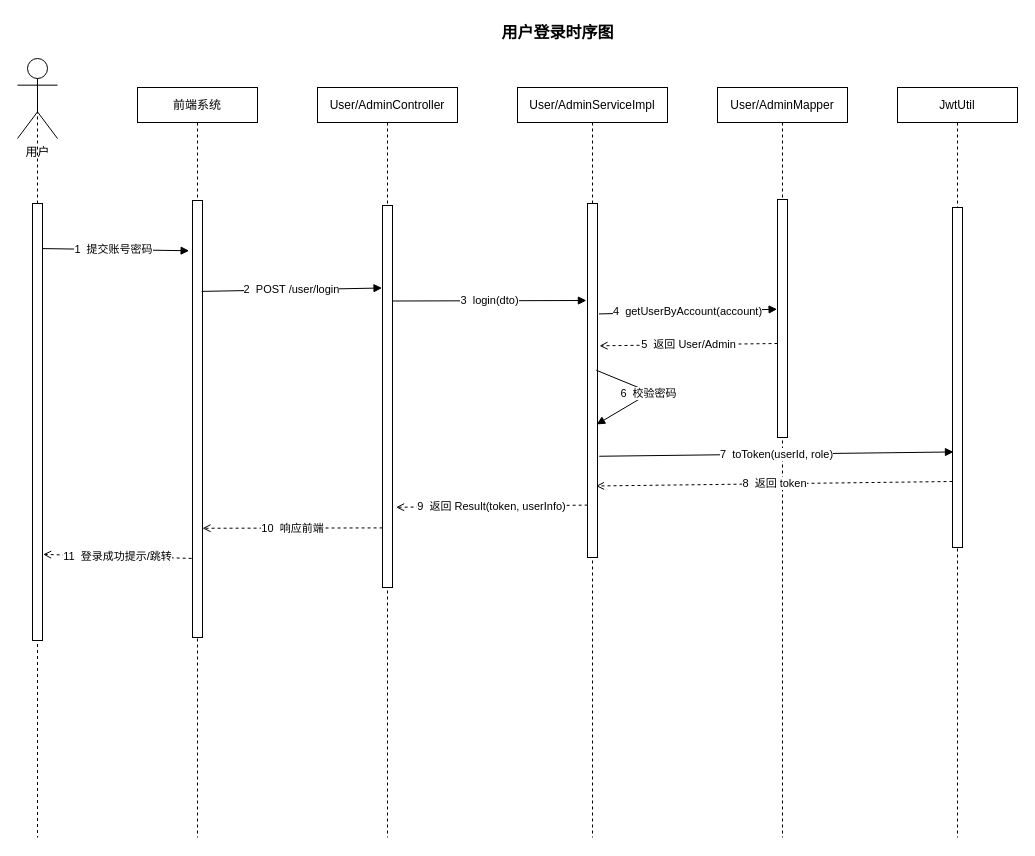
wuan0232/test keeps this draw.io diagram as page "第 15 页" (13 of 14) of 第五章-领养申请抽屉界面状态转换图.drawio. Above is the earlier version. Source tidied: cells renumbered, new cells numbered last; positions are measured from the earlier drawing's top-left corner, leaving out a move shared by most shapes. Both pictures are drawn from the tidied source at 100%, with x=0, y=0 at pixel (17, 17).
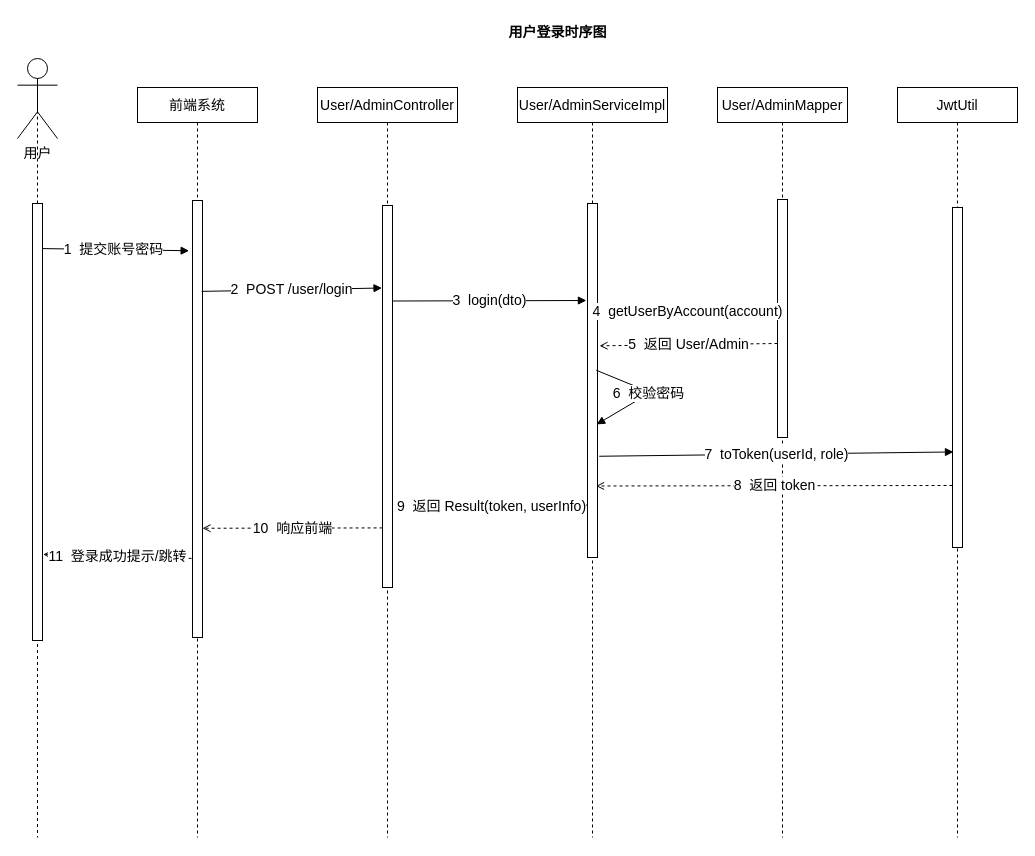
After the change.

Diff of the diagram source:
```diff
@@
-    <mxCell id="2" value="用户登录时序图" style="text;html=1;align=center;verticalAlign=middle;fontSize=16;fontStyle=1;" parent="1" vertex="1">
+    <mxCell id="2" value="用户登录时序图" style="text;html=1;align=center;verticalAlign=middle;fontSize=14;fontStyle=1;" parent="1" vertex="1">
       <mxGeometry x="100" width="880" height="30" as="geometry" />
     </mxCell>
-    <mxCell id="3" value="用户" style="shape=umlActor;verticalLabelPosition=bottom;verticalAlign=top;html=1;outlineConnect=0;" parent="1" vertex="1">
+    <mxCell id="3" value="用户" style="shape=umlActor;verticalLabelPosition=bottom;verticalAlign=top;html=1;outlineConnect=0;fontSize=14;" parent="1" vertex="1">
       <mxGeometry y="41" width="40" height="80" as="geometry" />
     </mxCell>
-    <mxCell id="4" value="前端系统" style="rounded=0;whiteSpace=wrap;html=1;align=center;verticalAlign=middle;strokeWidth=1;fillColor=#FFFFFF;strokeColor=#000000;" parent="1" vertex="1">
+    <mxCell id="4" value="前端系统" style="rounded=0;whiteSpace=wrap;html=1;align=center;verticalAlign=middle;strokeWidth=1;fillColor=#FFFFFF;strokeColor=#000000;fontSize=14;" parent="1" vertex="1">
       <mxGeometry x="120" y="70" width="120" height="35" as="geometry" />
     </mxCell>
-    <mxCell id="5" value="User/AdminController" style="rounded=0;whiteSpace=wrap;html=1;align=center;verticalAlign=middle;strokeWidth=1;fillColor=#FFFFFF;strokeColor=#000000;" parent="1" vertex="1">
+    <mxCell id="5" value="User/AdminController" style="rounded=0;whiteSpace=wrap;html=1;align=center;verticalAlign=middle;strokeWidth=1;fillColor=#FFFFFF;strokeColor=#000000;fontSize=14;" parent="1" vertex="1">
       <mxGeometry x="300" y="70" width="140" height="35" as="geometry" />
     </mxCell>
-    <mxCell id="6" value="User/AdminServiceImpl" style="rounded=0;whiteSpace=wrap;html=1;align=center;verticalAlign=middle;strokeWidth=1;fillColor=#FFFFFF;strokeColor=#000000;" parent="1" vertex="1">
+    <mxCell id="6" value="User/AdminServiceImpl" style="rounded=0;whiteSpace=wrap;html=1;align=center;verticalAlign=middle;strokeWidth=1;fillColor=#FFFFFF;strokeColor=#000000;fontSize=14;" parent="1" vertex="1">
       <mxGeometry x="500" y="70" width="150" height="35" as="geometry" />
     </mxCell>
-    <mxCell id="7" value="User/AdminMapper" style="rounded=0;whiteSpace=wrap;html=1;align=center;verticalAlign=middle;strokeWidth=1;fillColor=#FFFFFF;strokeColor=#000000;" parent="1" vertex="1">
+    <mxCell id="7" value="User/AdminMapper" style="rounded=0;whiteSpace=wrap;html=1;align=center;verticalAlign=middle;strokeWidth=1;fillColor=#FFFFFF;strokeColor=#000000;fontSize=14;" parent="1" vertex="1">
       <mxGeometry x="700" y="70" width="130" height="35" as="geometry" />
     </mxCell>
-    <mxCell id="8" value="JwtUtil" style="rounded=0;whiteSpace=wrap;html=1;align=center;verticalAlign=middle;strokeWidth=1;fillColor=#FFFFFF;strokeColor=#000000;" parent="1" vertex="1">
+    <mxCell id="8" value="JwtUtil" style="rounded=0;whiteSpace=wrap;html=1;align=center;verticalAlign=middle;strokeWidth=1;fillColor=#FFFFFF;strokeColor=#000000;fontSize=14;" parent="1" vertex="1">
       <mxGeometry x="880" y="70" width="120" height="35" as="geometry" />
     </mxCell>
-    <mxCell id="9" style="endArrow=none;dashed=1;html=1;strokeColor=#000000;exitX=0.5;exitY=0.5;exitDx=0;exitDy=0;exitPerimeter=0;" parent="1" edge="1" source="38">
+    <mxCell id="9" style="endArrow=none;dashed=1;html=1;strokeColor=#000000;exitX=0.5;exitY=0.5;exitDx=0;exitDy=0;exitPerimeter=0;fontSize=14;" parent="1" edge="1" source="38">
       <mxGeometry relative="1" as="geometry">
         <mxPoint x="20" y="820" as="targetPoint" />
       </mxGeometry>
     </mxCell>
-    <mxCell id="10" style="endArrow=none;dashed=1;html=1;strokeColor=#000000;" parent="1" edge="1" source="4">
+    <mxCell id="10" style="endArrow=none;dashed=1;html=1;strokeColor=#000000;fontSize=14;" parent="1" edge="1" source="4">
       <mxGeometry relative="1" as="geometry">
         <mxPoint x="180" y="820" as="targetPoint" />
       </mxGeometry>
     </mxCell>
-    <mxCell id="11" style="endArrow=none;dashed=1;html=1;strokeColor=#000000;" parent="1" edge="1" source="5">
+    <mxCell id="11" style="endArrow=none;dashed=1;html=1;strokeColor=#000000;fontSize=14;" parent="1" edge="1" source="5">
       <mxGeometry relative="1" as="geometry">
         <mxPoint x="370" y="820" as="targetPoint" />
       </mxGeometry>
     </mxCell>
-    <mxCell id="12" style="endArrow=none;dashed=1;html=1;strokeColor=#000000;" parent="1" edge="1" source="6">
+    <mxCell id="12" style="endArrow=none;dashed=1;html=1;strokeColor=#000000;fontSize=14;" parent="1" edge="1" source="6">
       <mxGeometry relative="1" as="geometry">
         <mxPoint x="575" y="820" as="targetPoint" />
       </mxGeometry>
     </mxCell>
-    <mxCell id="13" style="endArrow=none;dashed=1;html=1;strokeColor=#000000;" parent="1" edge="1" source="7">
+    <mxCell id="13" style="endArrow=none;dashed=1;html=1;strokeColor=#000000;fontSize=14;" parent="1" edge="1" source="7">
       <mxGeometry relative="1" as="geometry">
         <mxPoint x="765" y="820" as="targetPoint" />
       </mxGeometry>
     </mxCell>
-    <mxCell id="14" style="endArrow=none;dashed=1;html=1;strokeColor=#000000;" parent="1" edge="1" source="8">
+    <mxCell id="14" style="endArrow=none;dashed=1;html=1;strokeColor=#000000;fontSize=14;" parent="1" edge="1" source="8">
       <mxGeometry relative="1" as="geometry">
         <mxPoint x="940" y="820" as="targetPoint" />
       </mxGeometry>
     </mxCell>
-    <mxCell id="15" style="ellipse;html=1;fillColor=none;strokeColor=none;" parent="1" vertex="1">
+    <mxCell id="15" style="ellipse;html=1;fillColor=none;strokeColor=none;fontSize=14;" parent="1" vertex="1">
       <mxGeometry x="18" y="180" width="4" height="4" as="geometry" />
     </mxCell>
-    <mxCell id="16" style="ellipse;html=1;fillColor=none;strokeColor=none;" parent="1" vertex="1">
+    <mxCell id="16" style="ellipse;html=1;fillColor=none;strokeColor=none;fontSize=14;" parent="1" vertex="1">
       <mxGeometry x="178" y="180" width="4" height="4" as="geometry" />
     </mxCell>
-    <mxCell id="17" style="ellipse;html=1;fillColor=none;strokeColor=none;" parent="1" vertex="1">
+    <mxCell id="17" style="ellipse;html=1;fillColor=none;strokeColor=none;fontSize=14;" parent="1" vertex="1">
       <mxGeometry x="368" y="180" width="4" height="4" as="geometry" />
     </mxCell>
-    <mxCell id="18" style="ellipse;html=1;fillColor=none;strokeColor=none;" parent="1" vertex="1">
+    <mxCell id="18" style="ellipse;html=1;fillColor=none;strokeColor=none;fontSize=14;" parent="1" vertex="1">
       <mxGeometry x="573" y="180" width="4" height="4" as="geometry" />
     </mxCell>
-    <mxCell id="19" style="ellipse;html=1;fillColor=none;strokeColor=none;" parent="1" vertex="1">
+    <mxCell id="19" style="ellipse;html=1;fillColor=none;strokeColor=none;fontSize=14;" parent="1" vertex="1">
       <mxGeometry x="763" y="180" width="4" height="4" as="geometry" />
     </mxCell>
-    <mxCell id="20" style="ellipse;html=1;fillColor=none;strokeColor=none;" parent="1" vertex="1">
+    <mxCell id="20" style="ellipse;html=1;fillColor=none;strokeColor=none;fontSize=14;" parent="1" vertex="1">
       <mxGeometry x="938" y="180" width="4" height="4" as="geometry" />
     </mxCell>
-    <mxCell id="21" style="rounded=0;whiteSpace=wrap;html=1;" parent="1" vertex="1">
+    <mxCell id="21" style="rounded=0;whiteSpace=wrap;html=1;fontSize=14;" parent="1" vertex="1">
       <mxGeometry x="175" y="183" width="10" height="437" as="geometry" />
     </mxCell>
-    <mxCell id="22" style="rounded=0;whiteSpace=wrap;html=1;" parent="1" vertex="1">
+    <mxCell id="22" style="rounded=0;whiteSpace=wrap;html=1;fontSize=14;" parent="1" vertex="1">
       <mxGeometry x="365" y="188" width="10" height="382" as="geometry" />
     </mxCell>
-    <mxCell id="23" style="rounded=0;whiteSpace=wrap;html=1;" parent="1" vertex="1">
+    <mxCell id="23" style="rounded=0;whiteSpace=wrap;html=1;fontSize=14;" parent="1" vertex="1">
       <mxGeometry x="570" y="186" width="10" height="354" as="geometry" />
     </mxCell>
-    <mxCell id="24" style="rounded=0;whiteSpace=wrap;html=1;" parent="1" vertex="1">
+    <mxCell id="24" style="rounded=0;whiteSpace=wrap;html=1;fontSize=14;" parent="1" vertex="1">
       <mxGeometry x="760" y="182" width="10" height="238" as="geometry" />
     </mxCell>
-    <mxCell id="25" style="rounded=0;whiteSpace=wrap;html=1;" parent="1" vertex="1">
+    <mxCell id="25" style="rounded=0;whiteSpace=wrap;html=1;fontSize=14;" parent="1" vertex="1">
       <mxGeometry x="935" y="190" width="10" height="340" as="geometry" />
     </mxCell>
-    <mxCell id="26" value="1  提交账号密码" style="endArrow=block;html=1;strokeWidth=1;strokeColor=#000000;entryX=-0.336;entryY=0.115;entryDx=0;entryDy=0;entryPerimeter=0;" parent="1" edge="1" target="21">
+    <mxCell id="26" value="1&amp;nbsp; 提交账号密码" style="endArrow=block;html=1;strokeWidth=1;strokeColor=#000000;entryX=-0.336;entryY=0.115;entryDx=0;entryDy=0;entryPerimeter=0;fontSize=14;" parent="1" edge="1" target="21">
       <mxGeometry relative="1" as="geometry">
         <mxPoint x="20" y="231" as="sourcePoint" />
       </mxGeometry>
     </mxCell>
-    <mxCell id="27" value="2  POST /user/login" style="endArrow=block;html=1;strokeWidth=1;strokeColor=#000000;exitX=0.92;exitY=0.208;exitDx=0;exitDy=0;exitPerimeter=0;entryX=-0.047;entryY=0.216;entryDx=0;entryDy=0;entryPerimeter=0;" parent="1" edge="1" source="21" target="22">
+    <mxCell id="27" value="2&amp;nbsp; POST /user/login" style="endArrow=block;html=1;strokeWidth=1;strokeColor=#000000;exitX=0.92;exitY=0.208;exitDx=0;exitDy=0;exitPerimeter=0;entryX=-0.047;entryY=0.216;entryDx=0;entryDy=0;entryPerimeter=0;fontSize=14;" parent="1" edge="1" source="21" target="22">
       <mxGeometry relative="1" as="geometry" />
     </mxCell>
-    <mxCell id="28" value="3  login(dto)" style="endArrow=block;html=1;strokeWidth=1;strokeColor=#000000;exitX=1;exitY=0.25;exitDx=0;exitDy=0;entryX=-0.11;entryY=0.274;entryDx=0;entryDy=0;entryPerimeter=0;" parent="1" edge="1" source="22" target="23">
+    <mxCell id="28" value="3&amp;nbsp; login(dto)" style="endArrow=block;html=1;strokeWidth=1;strokeColor=#000000;exitX=1;exitY=0.25;exitDx=0;exitDy=0;entryX=-0.11;entryY=0.274;entryDx=0;entryDy=0;entryPerimeter=0;fontSize=14;" parent="1" edge="1" source="22" target="23">
       <mxGeometry relative="1" as="geometry" />
     </mxCell>
-    <mxCell id="29" value="4  getUserByAccount(account)" style="endArrow=block;html=1;strokeWidth=1;strokeColor=#000000;entryX=-0.039;entryY=0.461;entryDx=0;entryDy=0;exitX=1.147;exitY=0.312;exitDx=0;exitDy=0;exitPerimeter=0;entryPerimeter=0;" parent="1" edge="1" source="23" target="24">
+    <mxCell id="29" value="4&amp;nbsp; getUserByAccount(account)" style="endArrow=block;html=1;strokeWidth=1;strokeColor=#000000;entryX=-0.039;entryY=0.461;entryDx=0;entryDy=0;exitX=1.147;exitY=0.312;exitDx=0;exitDy=0;exitPerimeter=0;entryPerimeter=0;fontSize=14;" parent="1" edge="1" source="23" target="24">
       <mxGeometry relative="1" as="geometry" />
     </mxCell>
-    <mxCell id="30" value="5&amp;nbsp; 返回 User/Admin" style="endArrow=open;html=1;strokeWidth=1;dashed=1;strokeColor=#000000;entryX=1.202;entryY=0.402;entryDx=0;entryDy=0;entryPerimeter=0;" parent="1" edge="1" target="23">
+    <mxCell id="30" value="5&amp;nbsp; 返回 User/Admin" style="endArrow=open;html=1;strokeWidth=1;dashed=1;strokeColor=#000000;entryX=1.202;entryY=0.402;entryDx=0;entryDy=0;entryPerimeter=0;fontSize=14;" parent="1" edge="1" target="23">
       <mxGeometry relative="1" as="geometry">
         <mxPoint x="760" y="326" as="sourcePoint" />
       </mxGeometry>
     </mxCell>
-    <mxCell id="31" value="6  校验密码" style="endArrow=block;html=1;strokeWidth=1;strokeColor=#000000;exitX=0.874;exitY=0.471;exitDx=0;exitDy=0;exitPerimeter=0;entryX=0.916;entryY=0.624;entryDx=0;entryDy=0;entryPerimeter=0;" parent="1" edge="1" source="23" target="23">
+    <mxCell id="31" value="6&amp;nbsp; 校验密码" style="endArrow=block;html=1;strokeWidth=1;strokeColor=#000000;exitX=0.874;exitY=0.471;exitDx=0;exitDy=0;exitPerimeter=0;entryX=0.916;entryY=0.624;entryDx=0;entryDy=0;entryPerimeter=0;fontSize=14;" parent="1" edge="1" source="23" target="23">
       <mxGeometry relative="1" as="geometry">
         <Array as="points">
           <mxPoint x="633" y="375" />
         </Array>
       </mxGeometry>
     </mxCell>
-    <mxCell id="32" value="7  toToken(userId, role)" style="endArrow=block;html=1;strokeWidth=1;strokeColor=#000000;entryX=0.096;entryY=0.719;entryDx=0;entryDy=0;entryPerimeter=0;exitX=1.173;exitY=0.714;exitDx=0;exitDy=0;exitPerimeter=0;" parent="1" edge="1" source="23" target="25">
+    <mxCell id="32" value="7&amp;nbsp; toToken(userId, role)" style="endArrow=block;html=1;strokeWidth=1;strokeColor=#000000;entryX=0.096;entryY=0.719;entryDx=0;entryDy=0;entryPerimeter=0;exitX=1.173;exitY=0.714;exitDx=0;exitDy=0;exitPerimeter=0;fontSize=14;" parent="1" edge="1" source="23" target="25">
       <mxGeometry relative="1" as="geometry" />
     </mxCell>
-    <mxCell id="33" value="8  返回 token" style="endArrow=open;html=1;strokeWidth=1;dashed=1;strokeColor=#000000;entryX=0.851;entryY=0.798;entryDx=0;entryDy=0;entryPerimeter=0;" parent="1" edge="1" target="23">
+    <mxCell id="33" value="8&amp;nbsp; 返回 token" style="endArrow=open;html=1;strokeWidth=1;dashed=1;strokeColor=#000000;entryX=0.851;entryY=0.798;entryDx=0;entryDy=0;entryPerimeter=0;fontSize=14;" parent="1" edge="1" target="23">
       <mxGeometry relative="1" as="geometry">
-        <mxPoint x="935" y="464" as="sourcePoint" />
+        <mxPoint x="935" y="468" as="sourcePoint" />
       </mxGeometry>
     </mxCell>
-    <mxCell id="34" value="9  返回 Result(token, userInfo)" style="endArrow=open;html=1;strokeWidth=1;dashed=1;strokeColor=#000000;entryX=1.358;entryY=0.79;entryDx=0;entryDy=0;entryPerimeter=0;exitX=0.016;exitY=0.852;exitDx=0;exitDy=0;exitPerimeter=0;" parent="1" edge="1" source="23" target="22">
+    <mxCell id="34" value="9&amp;nbsp; 返回 Result(token, userInfo)" style="endArrow=open;html=1;strokeWidth=1;dashed=1;strokeColor=#000000;entryX=1.358;entryY=0.79;entryDx=0;entryDy=0;entryPerimeter=0;exitX=0.016;exitY=0.852;exitDx=0;exitDy=0;exitPerimeter=0;fontSize=14;" parent="1" edge="1" source="23" target="22">
       <mxGeometry relative="1" as="geometry" />
     </mxCell>
-    <mxCell id="35" value="10  响应前端" style="endArrow=open;html=1;strokeWidth=1;dashed=1;strokeColor=#000000;entryX=1;entryY=0.75;entryDx=0;entryDy=0;exitX=0.008;exitY=0.844;exitDx=0;exitDy=0;exitPerimeter=0;" parent="1" edge="1" source="22" target="21">
+    <mxCell id="35" value="10&amp;nbsp; 响应前端" style="endArrow=open;html=1;strokeWidth=1;dashed=1;strokeColor=#000000;entryX=1;entryY=0.75;entryDx=0;entryDy=0;exitX=0.008;exitY=0.844;exitDx=0;exitDy=0;exitPerimeter=0;fontSize=14;" parent="1" edge="1" source="22" target="21">
       <mxGeometry relative="1" as="geometry" />
     </mxCell>
-    <mxCell id="36" value="11  登录成功提示/跳转" style="endArrow=open;html=1;strokeWidth=1;dashed=1;strokeColor=#000000;exitX=-0.086;exitY=0.819;exitDx=0;exitDy=0;exitPerimeter=0;entryX=1.064;entryY=0.803;entryDx=0;entryDy=0;entryPerimeter=0;" parent="1" edge="1" source="21" target="38">
+    <mxCell id="36" value="11&amp;nbsp; 登录成功提示/跳转" style="endArrow=open;html=1;strokeWidth=1;dashed=1;strokeColor=#000000;exitX=-0.086;exitY=0.819;exitDx=0;exitDy=0;exitPerimeter=0;entryX=1.064;entryY=0.803;entryDx=0;entryDy=0;entryPerimeter=0;fontSize=14;" parent="1" edge="1" source="21" target="38">
       <mxGeometry relative="1" as="geometry" />
     </mxCell>
-    <mxCell id="37" style="endArrow=none;dashed=1;html=1;strokeColor=#000000;exitX=0.5;exitY=0.5;exitDx=0;exitDy=0;exitPerimeter=0;" parent="1" edge="1" source="3" target="38">
+    <mxCell id="37" style="endArrow=none;dashed=1;html=1;strokeColor=#000000;exitX=0.5;exitY=0.5;exitDx=0;exitDy=0;exitPerimeter=0;fontSize=14;" parent="1" edge="1" source="3" target="38">
       <mxGeometry relative="1" as="geometry" />
     </mxCell>
-    <mxCell id="38" style="rounded=0;whiteSpace=wrap;html=1;" parent="1" vertex="1">
+    <mxCell id="38" style="rounded=0;whiteSpace=wrap;html=1;fontSize=14;" parent="1" vertex="1">
       <mxGeometry x="15" y="186" width="10" height="437" as="geometry" />
     </mxCell>
```
